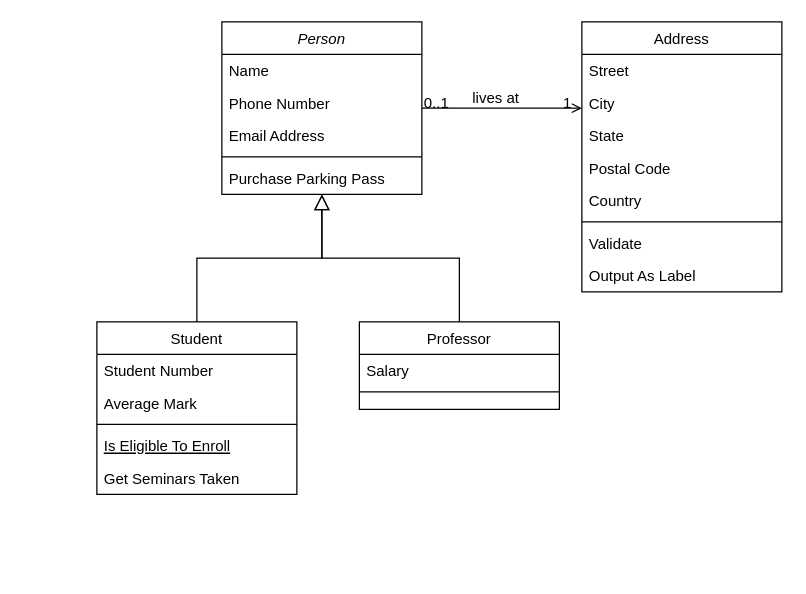
Before: Untitled Diagram.drawio in DrunkedOwl/DrunkedOwl, a draw.io diagram. Source tidied: cells renumbered, new cells numbered last; positions are measured from the earlier drawing's top-left corner, leaving out a move shared by most shapes. Both pictures are drawn from the tidied source at 125%, with x=0, y=0 at pixel (96, 21).
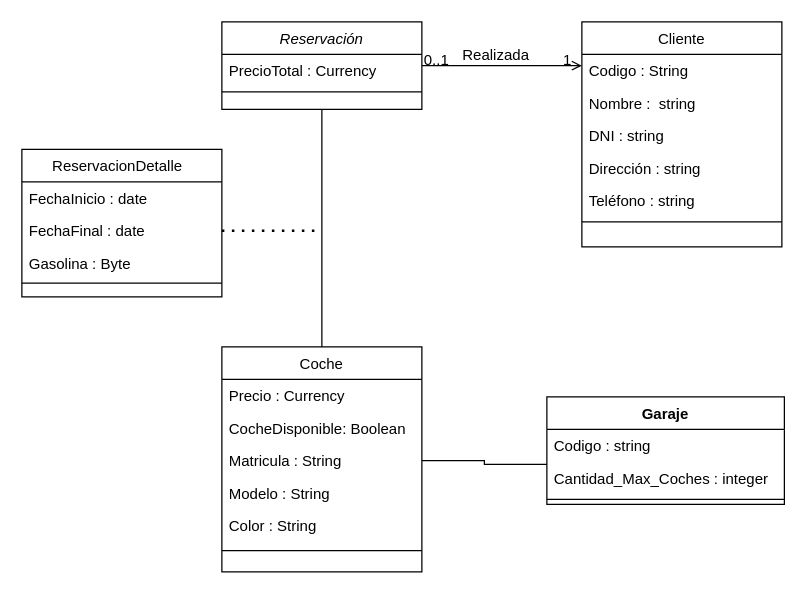
The same page after the edit.

The change refers to these unchanged cells:
```xml
<mxCell id="28" style="endArrow=open;shadow=0;strokeWidth=1;rounded=0;endFill=1;edgeStyle=elbowEdgeStyle;elbow=vertical;" parent="1" edge="1" source="2" target="19">
  <mxGeometry x="0.5" y="41" relative="1" as="geometry">
    <mxPoint x="-40" y="32" as="offset" />
  </mxGeometry>
</mxCell>
```

What changed in the source:
```diff
@@
-    <mxCell id="2" value="Person" style="swimlane;fontStyle=2;align=center;verticalAlign=top;horizontal=1;startSize=26;rounded=0;shadow=0;strokeWidth=1;" parent="1" vertex="1">
-      <mxGeometry x="100" width="160" height="138" as="geometry" />
+    <mxCell id="2" value="Reservación" style="swimlane;fontStyle=2;align=center;verticalAlign=top;horizontal=1;startSize=26;rounded=0;shadow=0;strokeWidth=1;" parent="1" vertex="1">
+      <mxGeometry x="100" width="160" height="70" as="geometry" />
     </mxCell>
-    <mxCell id="3" value="Name" style="text;align=left;verticalAlign=top;spacingLeft=4;spacingRight=4;overflow=hidden;" parent="2" vertex="1">
+    <mxCell id="3" value="PrecioTotal : Currency" style="text;align=left;verticalAlign=top;spacingLeft=4;spacingRight=4;overflow=hidden;" parent="2" vertex="1">
       <mxGeometry y="26" width="160" height="26" as="geometry" />
     </mxCell>
-    <mxCell id="4" value="Phone Number" style="text;align=left;verticalAlign=top;spacingLeft=4;spacingRight=4;overflow=hidden;rounded=0;shadow=0;html=0;" parent="2" vertex="1">
-      <mxGeometry y="52" width="160" height="26" as="geometry" />
-    </mxCell>
-    <mxCell id="5" value="Email Address" style="text;align=left;verticalAlign=top;spacingLeft=4;spacingRight=4;overflow=hidden;rounded=0;shadow=0;html=0;" parent="2" vertex="1">
-      <mxGeometry y="78" width="160" height="26" as="geometry" />
-    </mxCell>
     <mxCell id="6" style="line;html=1;strokeWidth=1;align=left;verticalAlign=middle;spacingTop=-1;spacingLeft=3;spacingRight=3;labelPosition=right;" parent="2" vertex="1">
-      <mxGeometry y="104" width="160" height="8" as="geometry" />
+      <mxGeometry y="52" width="160" height="8" as="geometry" />
     </mxCell>
-    <mxCell id="7" value="Purchase Parking Pass" style="text;align=left;verticalAlign=top;spacingLeft=4;spacingRight=4;overflow=hidden;" parent="2" vertex="1">
-      <mxGeometry y="112" width="160" height="26" as="geometry" />
-    </mxCell>
-    <mxCell id="8" value="Student" style="swimlane;fontStyle=0;align=center;verticalAlign=top;horizontal=1;startSize=26;rounded=0;shadow=0;strokeWidth=1;" parent="1" vertex="1">
-      <mxGeometry y="240" width="160" height="138" as="geometry" />
+    <mxCell id="8" value="ReservacionDetalle  " style="swimlane;fontStyle=0;align=center;verticalAlign=top;horizontal=1;startSize=26;rounded=0;shadow=0;strokeWidth=1;" parent="1" vertex="1">
+      <mxGeometry x="-60" y="102" width="160" height="118" as="geometry" />
     </mxCell>
-    <mxCell id="9" value="Student Number" style="text;align=left;verticalAlign=top;spacingLeft=4;spacingRight=4;overflow=hidden;" parent="8" vertex="1">
+    <mxCell id="9" value="FechaInicio : date" style="text;align=left;verticalAlign=top;spacingLeft=4;spacingRight=4;overflow=hidden;" parent="8" vertex="1">
       <mxGeometry y="26" width="160" height="26" as="geometry" />
     </mxCell>
-    <mxCell id="10" value="Average Mark" style="text;align=left;verticalAlign=top;spacingLeft=4;spacingRight=4;overflow=hidden;points=[[0,0.5],[1,0.5]];portConstraint=eastwest;rounded=0;shadow=0;html=0;" parent="8" vertex="1">
+    <mxCell id="10" value="FechaFinal : date" style="text;align=left;verticalAlign=top;spacingLeft=4;spacingRight=4;overflow=hidden;points=[[0,0.5],[1,0.5]];portConstraint=eastwest;rounded=0;shadow=0;html=0;" parent="8" vertex="1">
       <mxGeometry y="52" width="160" height="26" as="geometry" />
     </mxCell>
+    <mxCell id="13" value="Gasolina : Byte" style="text;align=left;verticalAlign=top;spacingLeft=4;spacingRight=4;overflow=hidden;" parent="8" vertex="1">
+      <mxGeometry y="78" width="160" height="26" as="geometry" />
+    </mxCell>
     <mxCell id="11" style="line;html=1;strokeWidth=1;align=left;verticalAlign=middle;spacingTop=-1;spacingLeft=3;spacingRight=3;labelPosition=right;" parent="8" vertex="1">
-      <mxGeometry y="78" width="160" height="8" as="geometry" />
+      <mxGeometry y="104" width="160" height="6" as="geometry" />
     </mxCell>
-    <mxCell id="12" value="Is Eligible To Enroll" style="text;align=left;verticalAlign=top;spacingLeft=4;spacingRight=4;overflow=hidden;fontStyle=4;" parent="8" vertex="1">
-      <mxGeometry y="86" width="160" height="26" as="geometry" />
-    </mxCell>
-    <mxCell id="13" value="Get Seminars Taken" style="text;align=left;verticalAlign=top;spacingLeft=4;spacingRight=4;overflow=hidden;" parent="8" vertex="1">
-      <mxGeometry y="112" width="160" height="26" as="geometry" />
-    </mxCell>
-    <mxCell id="14" style="endArrow=block;endSize=10;endFill=0;shadow=0;strokeWidth=1;rounded=0;edgeStyle=elbowEdgeStyle;elbow=vertical;" parent="1" edge="1" source="8" target="2">
-      <mxGeometry relative="1" as="geometry" />
-    </mxCell>
-    <mxCell id="15" value="Professor" style="swimlane;fontStyle=0;align=center;verticalAlign=top;horizontal=1;startSize=26;rounded=0;shadow=0;strokeWidth=1;" parent="1" vertex="1">
-      <mxGeometry x="210" y="240" width="160" height="70" as="geometry" />
+    <mxCell id="15" value="Coche" style="swimlane;fontStyle=0;align=center;verticalAlign=top;horizontal=1;startSize=26;rounded=0;shadow=0;strokeWidth=1;" parent="1" vertex="1">
+      <mxGeometry x="100" y="260" width="160" height="180" as="geometry" />
     </mxCell>
-    <mxCell id="16" value="Salary" style="text;align=left;verticalAlign=top;spacingLeft=4;spacingRight=4;overflow=hidden;" parent="15" vertex="1">
+    <mxCell id="16" value="Precio : Currency" style="text;align=left;verticalAlign=top;spacingLeft=4;spacingRight=4;overflow=hidden;" parent="15" vertex="1">
       <mxGeometry y="26" width="160" height="26" as="geometry" />
     </mxCell>
+    <mxCell id="32" value="CocheDisponible: Boolean" style="text;align=left;verticalAlign=top;spacingLeft=4;spacingRight=4;overflow=hidden;" parent="15" vertex="1">
+      <mxGeometry y="52" width="160" height="26" as="geometry" />
+    </mxCell>
+    <mxCell id="33" value="Matricula : String" style="text;align=left;verticalAlign=top;spacingLeft=4;spacingRight=4;overflow=hidden;points=[[0,0.5],[1,0.5]];portConstraint=eastwest;" parent="15" vertex="1">
+      <mxGeometry y="78" width="160" height="26" as="geometry" />
+    </mxCell>
+    <mxCell id="34" value="Modelo : String" style="text;align=left;verticalAlign=top;spacingLeft=4;spacingRight=4;overflow=hidden;" parent="15" vertex="1">
+      <mxGeometry y="104" width="160" height="26" as="geometry" />
+    </mxCell>
+    <mxCell id="35" value="Color : String" style="text;align=left;verticalAlign=top;spacingLeft=4;spacingRight=4;overflow=hidden;" parent="15" vertex="1">
+      <mxGeometry y="130" width="160" height="26" as="geometry" />
+    </mxCell>
     <mxCell id="17" style="line;html=1;strokeWidth=1;align=left;verticalAlign=middle;spacingTop=-1;spacingLeft=3;spacingRight=3;labelPosition=right;" parent="15" vertex="1">
-      <mxGeometry y="52" width="160" height="8" as="geometry" />
+      <mxGeometry y="156" width="160" height="14" as="geometry" />
     </mxCell>
-    <mxCell id="18" style="endArrow=block;endSize=10;endFill=0;shadow=0;strokeWidth=1;rounded=0;edgeStyle=elbowEdgeStyle;elbow=vertical;" parent="1" edge="1" source="15" target="2">
-      <mxGeometry relative="1" as="geometry" />
-    </mxCell>
-    <mxCell id="19" value="Address" style="swimlane;fontStyle=0;align=center;verticalAlign=top;horizontal=1;startSize=26;rounded=0;shadow=0;strokeWidth=1;" parent="1" vertex="1">
-      <mxGeometry x="388" width="160" height="216" as="geometry" />
+    <mxCell id="19" value="Cliente" style="swimlane;fontStyle=0;align=center;verticalAlign=top;horizontal=1;startSize=26;rounded=0;shadow=0;strokeWidth=1;" parent="1" vertex="1">
+      <mxGeometry x="388" width="160" height="180" as="geometry" />
     </mxCell>
-    <mxCell id="20" value="Street" style="text;align=left;verticalAlign=top;spacingLeft=4;spacingRight=4;overflow=hidden;" parent="19" vertex="1">
+    <mxCell id="20" value="Codigo : String    &#10;&#10;" style="text;align=left;verticalAlign=top;spacingLeft=4;spacingRight=4;overflow=hidden;" parent="19" vertex="1">
       <mxGeometry y="26" width="160" height="26" as="geometry" />
     </mxCell>
-    <mxCell id="21" value="City" style="text;align=left;verticalAlign=top;spacingLeft=4;spacingRight=4;overflow=hidden;rounded=0;shadow=0;html=0;" parent="19" vertex="1">
+    <mxCell id="21" value="Nombre :  string" style="text;align=left;verticalAlign=top;spacingLeft=4;spacingRight=4;overflow=hidden;rounded=0;shadow=0;html=0;" parent="19" vertex="1">
       <mxGeometry y="52" width="160" height="26" as="geometry" />
     </mxCell>
-    <mxCell id="22" value="State" style="text;align=left;verticalAlign=top;spacingLeft=4;spacingRight=4;overflow=hidden;rounded=0;shadow=0;html=0;" parent="19" vertex="1">
+    <mxCell id="22" value="DNI : string" style="text;align=left;verticalAlign=top;spacingLeft=4;spacingRight=4;overflow=hidden;rounded=0;shadow=0;html=0;" parent="19" vertex="1">
       <mxGeometry y="78" width="160" height="26" as="geometry" />
     </mxCell>
-    <mxCell id="23" value="Postal Code" style="text;align=left;verticalAlign=top;spacingLeft=4;spacingRight=4;overflow=hidden;rounded=0;shadow=0;html=0;" parent="19" vertex="1">
+    <mxCell id="23" value="Dirección : string" style="text;align=left;verticalAlign=top;spacingLeft=4;spacingRight=4;overflow=hidden;rounded=0;shadow=0;html=0;" parent="19" vertex="1">
       <mxGeometry y="104" width="160" height="26" as="geometry" />
     </mxCell>
-    <mxCell id="24" value="Country" style="text;align=left;verticalAlign=top;spacingLeft=4;spacingRight=4;overflow=hidden;rounded=0;shadow=0;html=0;" parent="19" vertex="1">
+    <mxCell id="24" value="Teléfono : string" style="text;align=left;verticalAlign=top;spacingLeft=4;spacingRight=4;overflow=hidden;rounded=0;shadow=0;html=0;" parent="19" vertex="1">
       <mxGeometry y="130" width="160" height="26" as="geometry" />
     </mxCell>
@@
-    <mxCell id="26" value="Validate" style="text;align=left;verticalAlign=top;spacingLeft=4;spacingRight=4;overflow=hidden;" parent="19" vertex="1">
-      <mxGeometry y="164" width="160" height="26" as="geometry" />
-    </mxCell>
-    <mxCell id="27" value="Output As Label" style="text;align=left;verticalAlign=top;spacingLeft=4;spacingRight=4;overflow=hidden;" parent="19" vertex="1">
-      <mxGeometry y="190" width="160" height="26" as="geometry" />
-    </mxCell>
@@
-    <mxCell id="31" value="lives at" style="text;html=1;align=center;verticalAlign=middle;labelBackgroundColor=none;rounded=0;shadow=0;strokeWidth=1;fontSize=12;" parent="28" vertex="1">
+    <mxCell id="31" value="Realizada" style="text;html=1;align=center;verticalAlign=middle;labelBackgroundColor=none;rounded=0;shadow=0;strokeWidth=1;fontSize=12;" parent="28" vertex="1">
       <mxGeometry x="0.5" y="49" relative="1" as="geometry">
         <mxPoint x="-38" y="40" as="offset" />
       </mxGeometry>
     </mxCell>
+    <mxCell id="36" style="endArrow=none;dashed=1;html=1;dashPattern=1 3;strokeWidth=2;rounded=0;exitX=1;exitY=0.5;exitDx=0;exitDy=0;" parent="1" edge="1" source="10">
+      <mxGeometry relative="1" as="geometry">
+        <mxPoint x="180" y="167" as="targetPoint" />
+      </mxGeometry>
+    </mxCell>
+    <mxCell id="18" style="endArrow=none;html=1;rounded=0;entryX=0.5;entryY=1;entryDx=0;entryDy=0;" parent="1" edge="1" source="15" target="2">
+      <mxGeometry relative="1" as="geometry" />
+    </mxCell>
+    <mxCell id="37" value="Garaje" style="swimlane;fontStyle=1;align=center;verticalAlign=top;horizontal=1;startSize=26;" parent="1" vertex="1">
+      <mxGeometry x="360" y="300" width="190" height="86" as="geometry" />
+    </mxCell>
+    <mxCell id="38" value="Codigo : string" style="text;strokeColor=none;fillColor=none;align=left;verticalAlign=top;spacingLeft=4;spacingRight=4;overflow=hidden;points=[[0,0.5],[1,0.5]];portConstraint=eastwest;" parent="37" vertex="1">
+      <mxGeometry y="26" width="190" height="26" as="geometry" />
+    </mxCell>
+    <mxCell id="39" value="Cantidad_Max_Coches : integer" style="text;strokeColor=none;fillColor=none;align=left;verticalAlign=top;spacingLeft=4;spacingRight=4;overflow=hidden;" parent="37" vertex="1">
+      <mxGeometry y="52" width="190" height="26" as="geometry" />
+    </mxCell>
+    <mxCell id="40" style="line;strokeWidth=1;fillColor=none;align=left;verticalAlign=middle;spacingTop=-1;spacingLeft=3;spacingRight=3;labelPosition=right;" parent="37" vertex="1">
+      <mxGeometry y="78" width="190" height="8" as="geometry" />
+    </mxCell>
+    <mxCell id="41" style="endArrow=none;html=1;edgeStyle=orthogonalEdgeStyle;rounded=0;entryX=0;entryY=1.077;entryDx=0;entryDy=0;entryPerimeter=0;" parent="1" edge="1" source="33" target="38">
+      <mxGeometry relative="1" as="geometry" />
+    </mxCell>
```
